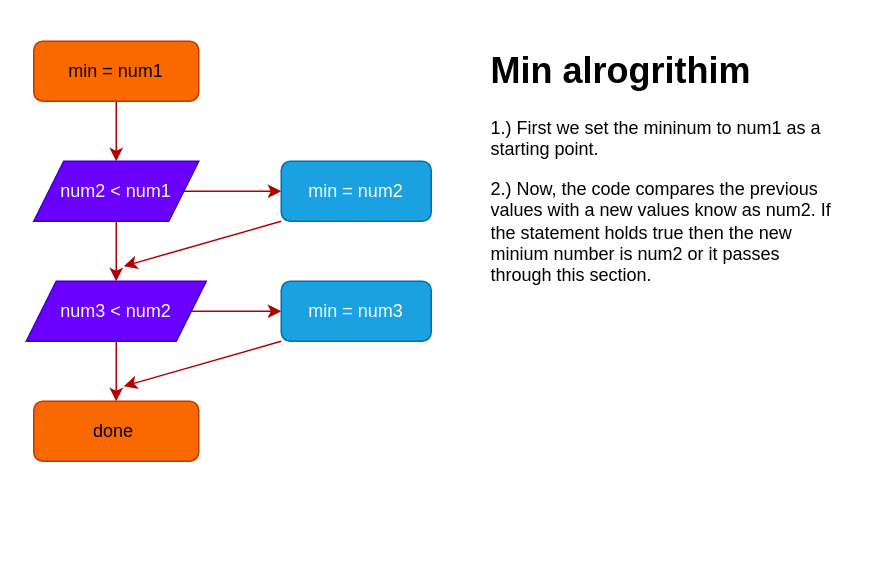
The draw.io diagram Flowchart.drawio in ipivanparra/AD-3-1, before the edit. Source tidied: cells renumbered, new cells numbered last; positions are measured from the earlier drawing's top-left corner, leaving out a move shared by most shapes. Both pictures are drawn from the tidied source at 150%, with x=0, y=0 at pixel (26, 40).
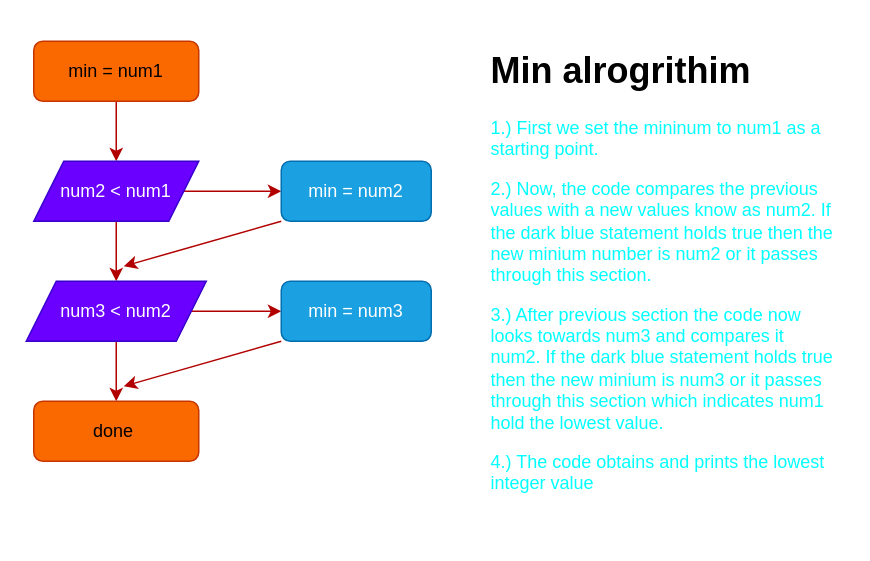
The same diagram, later.

The edit, as a diff of the source:
```diff
@@
 <mxGraphModel>
   <root>
     <mxCell id="0" />
     <mxCell id="1" parent="0" />
     <mxCell id="2" style="edgeStyle=none;html=1;exitX=0.5;exitY=1;exitDx=0;exitDy=0;entryX=0.5;entryY=0;entryDx=0;entryDy=0;fillColor=#e51400;strokeColor=#B20000;" parent="1" edge="1" source="3" target="6">
       <mxGeometry relative="1" as="geometry" />
     </mxCell>
     <mxCell id="3" value="min = num1" style="rounded=1;whiteSpace=wrap;html=1;fillColor=#fa6800;fontColor=#000000;strokeColor=#C73500;" parent="1" vertex="1">
       <mxGeometry x="5" width="110" height="40" as="geometry" />
     </mxCell>
     <mxCell id="4" style="edgeStyle=none;html=1;exitX=0.5;exitY=1;exitDx=0;exitDy=0;entryX=0.5;entryY=0;entryDx=0;entryDy=0;fillColor=#e51400;strokeColor=#B20000;" parent="1" edge="1" source="6" target="9">
       <mxGeometry relative="1" as="geometry" />
     </mxCell>
     <mxCell id="5" style="edgeStyle=none;html=1;exitX=1;exitY=0.5;exitDx=0;exitDy=0;entryX=0;entryY=0.5;entryDx=0;entryDy=0;fillColor=#e51400;strokeColor=#B20000;" parent="1" edge="1" source="6" target="12">
       <mxGeometry relative="1" as="geometry" />
     </mxCell>
     <mxCell id="6" value="num2 &amp;lt; num1" style="shape=parallelogram;perimeter=parallelogramPerimeter;whiteSpace=wrap;html=1;fixedSize=1;fillColor=#6a00ff;fontColor=#ffffff;strokeColor=#3700CC;" parent="1" vertex="1">
       <mxGeometry x="5" y="80" width="110" height="40" as="geometry" />
     </mxCell>
     <mxCell id="7" style="edgeStyle=none;html=1;exitX=0.5;exitY=1;exitDx=0;exitDy=0;entryX=0.5;entryY=0;entryDx=0;entryDy=0;fillColor=#e51400;strokeColor=#B20000;" parent="1" edge="1" source="9" target="10">
       <mxGeometry relative="1" as="geometry" />
     </mxCell>
     <mxCell id="8" style="edgeStyle=none;html=1;exitX=1;exitY=0.5;exitDx=0;exitDy=0;entryX=0;entryY=0.5;entryDx=0;entryDy=0;fillColor=#e51400;strokeColor=#B20000;" parent="1" edge="1" source="9" target="14">
       <mxGeometry relative="1" as="geometry" />
     </mxCell>
     <mxCell id="9" value="num3 &amp;lt; num2" style="shape=parallelogram;perimeter=parallelogramPerimeter;whiteSpace=wrap;html=1;fixedSize=1;fillColor=#6a00ff;fontColor=#ffffff;strokeColor=#3700CC;" parent="1" vertex="1">
       <mxGeometry y="160" width="120" height="40" as="geometry" />
     </mxCell>
     <mxCell id="10" value="done&amp;nbsp;" style="rounded=1;whiteSpace=wrap;html=1;fillColor=#fa6800;fontColor=#000000;strokeColor=#C73500;" parent="1" vertex="1">
       <mxGeometry x="5" y="240" width="110" height="40" as="geometry" />
     </mxCell>
     <mxCell id="11" style="edgeStyle=none;html=1;exitX=0;exitY=1;exitDx=0;exitDy=0;fillColor=#e51400;strokeColor=#B20000;" parent="1" edge="1" source="12">
       <mxGeometry relative="1" as="geometry">
         <mxPoint x="65" y="150" as="targetPoint" />
       </mxGeometry>
     </mxCell>
     <mxCell id="12" value="min = num2" style="rounded=1;whiteSpace=wrap;html=1;fillColor=#1ba1e2;fontColor=#ffffff;strokeColor=#006EAF;" parent="1" vertex="1">
       <mxGeometry x="170" y="80" width="100" height="40" as="geometry" />
     </mxCell>
     <mxCell id="13" style="edgeStyle=none;html=1;exitX=0;exitY=1;exitDx=0;exitDy=0;fillColor=#e51400;strokeColor=#B20000;" parent="1" edge="1" source="14">
       <mxGeometry relative="1" as="geometry">
         <mxPoint x="65" y="230" as="targetPoint" />
       </mxGeometry>
     </mxCell>
     <mxCell id="14" value="min = num3" style="rounded=1;whiteSpace=wrap;html=1;fillColor=#1ba1e2;fontColor=#ffffff;strokeColor=#006EAF;" parent="1" vertex="1">
       <mxGeometry x="170" y="160" width="100" height="40" as="geometry" />
     </mxCell>
-    <mxCell id="15" value="&lt;h1&gt;Min alrogrithim&amp;nbsp;&lt;/h1&gt;&lt;p&gt;1.) First we set the mininum to num1 as a starting point.&amp;nbsp;&lt;/p&gt;&lt;p&gt;2.) Now, the code compares the previous values with a new values know as num2. If the statement holds true then the new minium number is num2 or it passes through this section.&amp;nbsp;&lt;/p&gt;" style="text;html=1;strokeColor=none;fillColor=none;spacing=5;spacingTop=-20;whiteSpace=wrap;overflow=hidden;rounded=0;" parent="1" vertex="1">
-      <mxGeometry x="305" width="240" height="270" as="geometry" />
+    <mxCell id="15" value="&lt;h1&gt;Min alrogrithim&amp;nbsp;&lt;/h1&gt;&lt;p&gt;&lt;font color=&quot;#00ffff&quot;&gt;1.) First we set the mininum to num1 as a starting point.&amp;nbsp;&lt;/font&gt;&lt;/p&gt;&lt;p&gt;&lt;font color=&quot;#00ffff&quot;&gt;2.) Now, the code compares the previous values with a new values know as num2. If the dark blue statement holds true then the new minium number is num2 or it passes through this section.&amp;nbsp;&lt;/font&gt;&lt;/p&gt;&lt;p&gt;&lt;font color=&quot;#00ffff&quot;&gt;3.) After previous section the code now looks towards num3 and compares it num2. If the dark blue statement holds true then the new minium is num3 or it passes through this section which indicates num1 hold the lowest value.&lt;/font&gt;&lt;/p&gt;&lt;p&gt;&lt;font color=&quot;#00ffff&quot;&gt;4.) The code obtains and prints the lowest integer value&amp;nbsp;&lt;/font&gt;&lt;/p&gt;&lt;p&gt;&lt;br&gt;&lt;/p&gt;" style="text;html=1;strokeColor=none;fillColor=none;spacing=5;spacingTop=-20;whiteSpace=wrap;overflow=hidden;rounded=0;" parent="1" vertex="1">
+      <mxGeometry x="305" width="240" height="330" as="geometry" />
     </mxCell>
   </root>
 </mxGraphModel>
```
